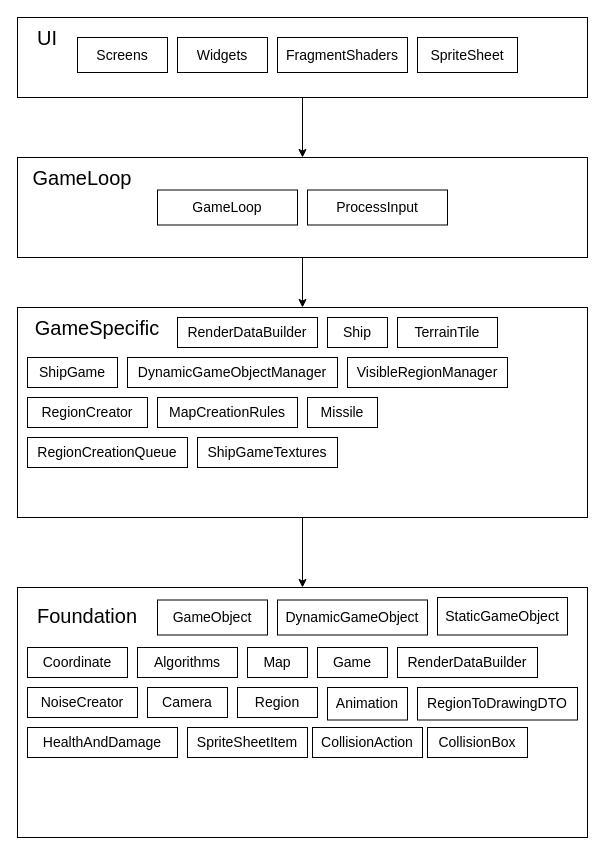
The draw.io diagram readme_images/architecture.drawio in LappalainenMatias/flutter_isometric_ship_game, before the edit. Source tidied: cells renumbered, new cells numbered last; positions are measured from the earlier drawing's top-left corner, leaving out a move shared by most shapes. Both pictures are drawn from the tidied source at 100%, with x=0, y=0 at pixel (17, 17).
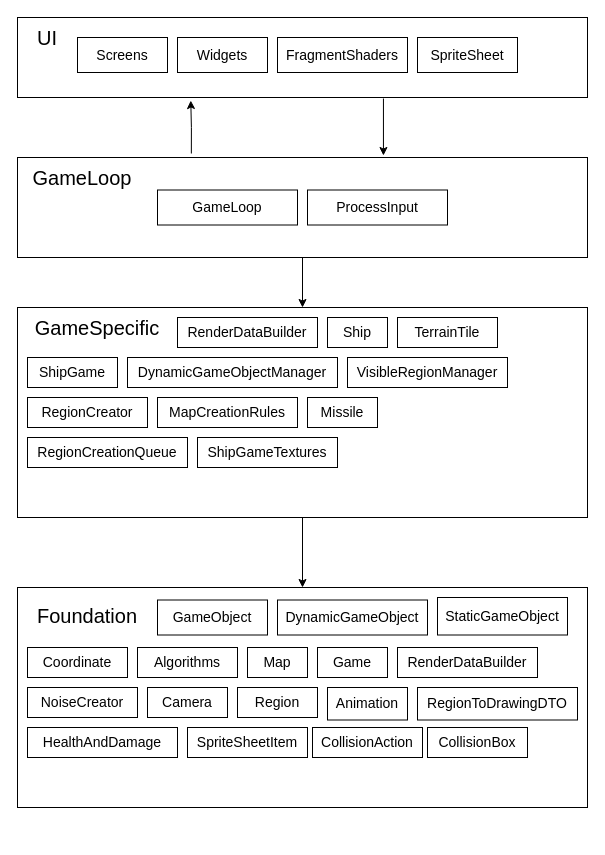
The same diagram, later.

Unchanged cells that the change refers to:
```xml
<mxCell id="3" style="rounded=0;whiteSpace=wrap;html=1;" parent="1" vertex="1">
  <mxGeometry width="570" height="80" as="geometry" />
</mxCell>
<mxCell id="5" style="rounded=0;whiteSpace=wrap;html=1;" parent="1" vertex="1">
  <mxGeometry y="140" width="570" height="100" as="geometry" />
</mxCell>
```

The edit, as a diff of the source:
```diff
@@
-    <mxCell id="2" style="edgeStyle=orthogonalEdgeStyle;rounded=0;jettySize=auto;html=1;" parent="1" edge="1" source="3" target="5">
+    <mxCell id="2" style="edgeStyle=orthogonalEdgeStyle;rounded=0;jettySize=auto;html=1;exitX=0.305;exitY=-0.04;exitDx=0;exitDy=0;exitPerimeter=0;entryX=0.304;entryY=1.038;entryDx=0;entryDy=0;entryPerimeter=0;" parent="1" edge="1" source="5" target="3">
       <mxGeometry relative="1" as="geometry" />
     </mxCell>
@@
     <mxCell id="8" style="rounded=0;whiteSpace=wrap;html=1;" parent="1" vertex="1">
-      <mxGeometry y="570" width="570" height="250" as="geometry" />
+      <mxGeometry y="570" width="570" height="220" as="geometry" />
     </mxCell>
@@
+    <mxCell id="47" style="edgeStyle=orthogonalEdgeStyle;rounded=0;jettySize=auto;html=1;exitX=0.642;exitY=1.013;exitDx=0;exitDy=0;exitPerimeter=0;entryX=0.642;entryY=-0.02;entryDx=0;entryDy=0;entryPerimeter=0;" parent="1" edge="1" source="3" target="5">
+      <mxGeometry relative="1" as="geometry" />
+    </mxCell>
```
